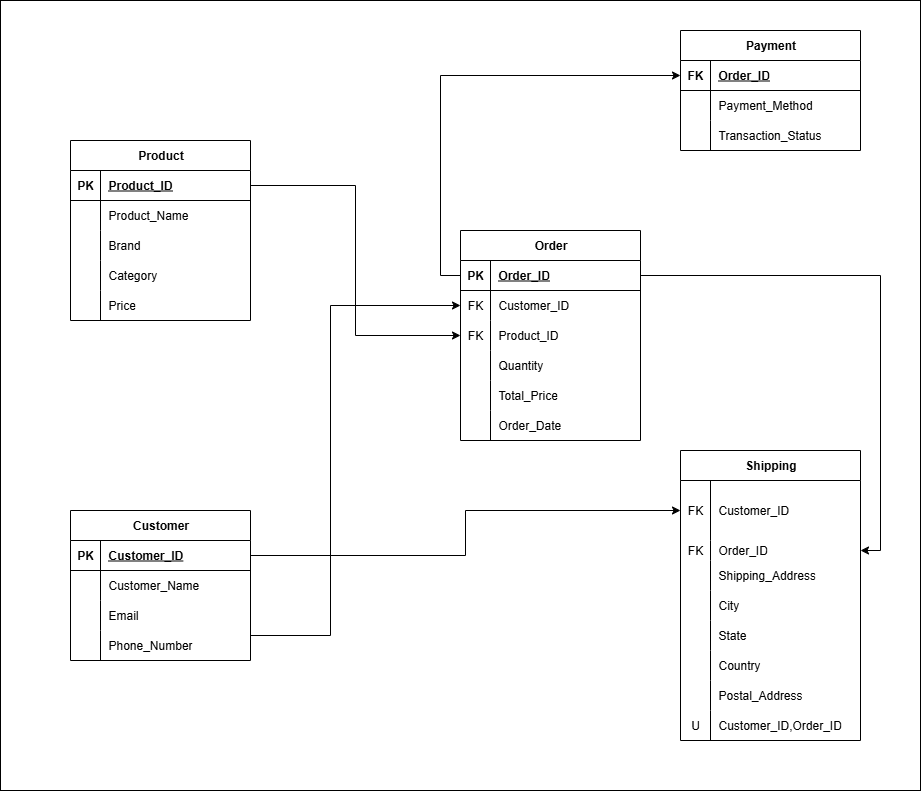
Ogaga1989/yanki_ecommerce_project keeps this draw.io diagram as Data_Model.png. Above is the earlier version. Source tidied: cells renumbered, new cells last; positions are measured from the earlier drawing's top-left corner, leaving out a move shared by most shapes.
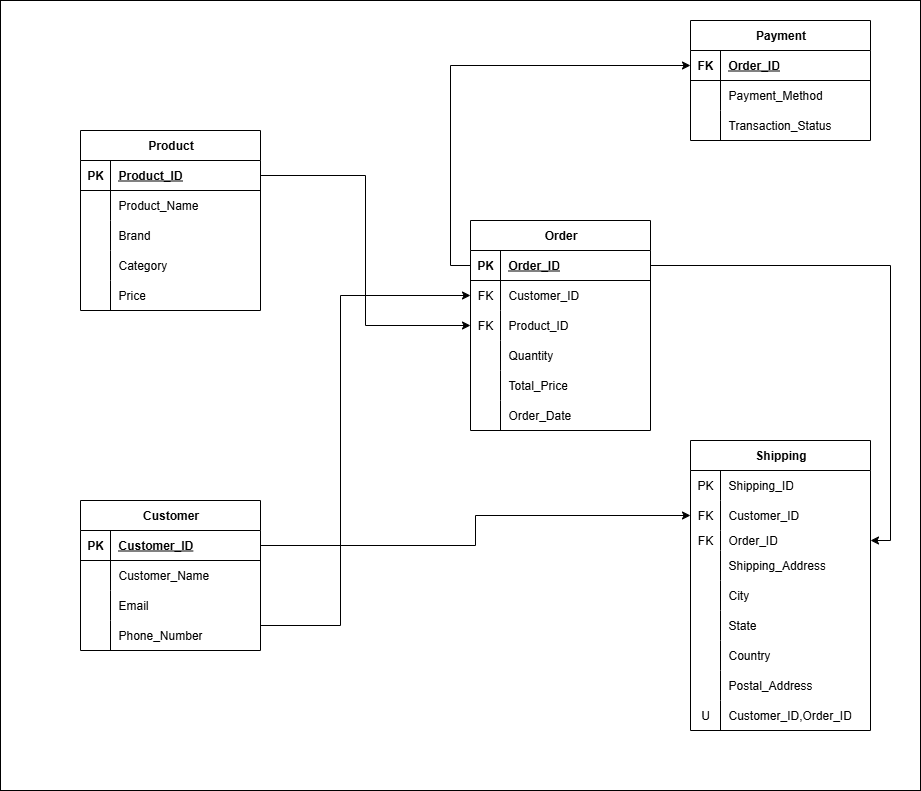
Later version of the same file.

Change to the diagram source:
```diff
@@ -3,19 +3,28 @@
     <mxCell id="0" />
     <mxCell id="1" parent="0" />
     <mxCell id="2" style="rounded=0;whiteSpace=wrap;html=1;" parent="1" vertex="1">
-      <mxGeometry width="920" height="790" as="geometry" />
+      <mxGeometry x="-10" y="10" width="920" height="790" as="geometry" />
     </mxCell>
     <mxCell id="3" value="Shipping" style="shape=table;startSize=30;rowLines=0;fontStyle=1;align=center;html=1;" parent="1" vertex="1">
       <mxGeometry x="680" y="450" width="180" height="290" as="geometry" />
     </mxCell>
+    <mxCell id="91" style="shape=tableRow;horizontal=0;startSize=0;swimlaneHead=0;swimlaneBody=0;fillColor=none;top=0;left=0;right=0;bottom=0;" parent="3" vertex="1">
+      <mxGeometry y="30" width="180" height="30" as="geometry" />
+    </mxCell>
+    <mxCell id="92" value="PK" style="shape=partialRectangle;fillColor=none;top=0;left=0;bottom=0;right=0;overflow=hidden;whiteSpace=wrap;html=1;" parent="91" vertex="1">
+      <mxGeometry width="30" height="30" as="geometry" />
+    </mxCell>
+    <mxCell id="93" value="Shipping_ID" style="shape=partialRectangle;fillColor=none;top=0;left=0;bottom=0;right=0;align=left;spacingLeft=6;overflow=hidden;whiteSpace=wrap;html=1;" parent="91" vertex="1">
+      <mxGeometry x="30" width="150" height="30" as="geometry" />
+    </mxCell>
     <mxCell id="4" style="shape=tableRow;horizontal=0;startSize=0;swimlaneHead=0;swimlaneBody=0;fillColor=none;points=[[0,0.5],[1,0.5]];portConstraint=eastwest;top=0;left=0;right=0;bottom=0;" parent="3" vertex="1">
-      <mxGeometry y="30" width="180" height="60" as="geometry" />
+      <mxGeometry y="60" width="180" height="30" as="geometry" />
     </mxCell>
     <mxCell id="5" value="FK" style="shape=partialRectangle;fillColor=none;top=0;left=0;bottom=0;right=0;overflow=hidden;whiteSpace=wrap;html=1;" parent="4" vertex="1">
-      <mxGeometry width="30" height="60" as="geometry" />
+      <mxGeometry width="30" height="30" as="geometry" />
     </mxCell>
     <mxCell id="6" value="Customer_ID" style="shape=partialRectangle;fillColor=none;top=0;left=0;bottom=0;right=0;align=left;spacingLeft=6;overflow=hidden;whiteSpace=wrap;html=1;" parent="4" vertex="1">
-      <mxGeometry x="30" width="150" height="60" as="geometry" />
+      <mxGeometry x="30" width="150" height="30" as="geometry" />
     </mxCell>
     <mxCell id="7" style="shape=tableRow;horizontal=0;startSize=0;swimlaneHead=0;swimlaneBody=0;fillColor=none;points=[[0,0.5],[1,0.5]];portConstraint=eastwest;top=0;left=0;right=0;bottom=0;" parent="3" vertex="1">
       <mxGeometry y="90" width="180" height="20" as="geometry" />
```
